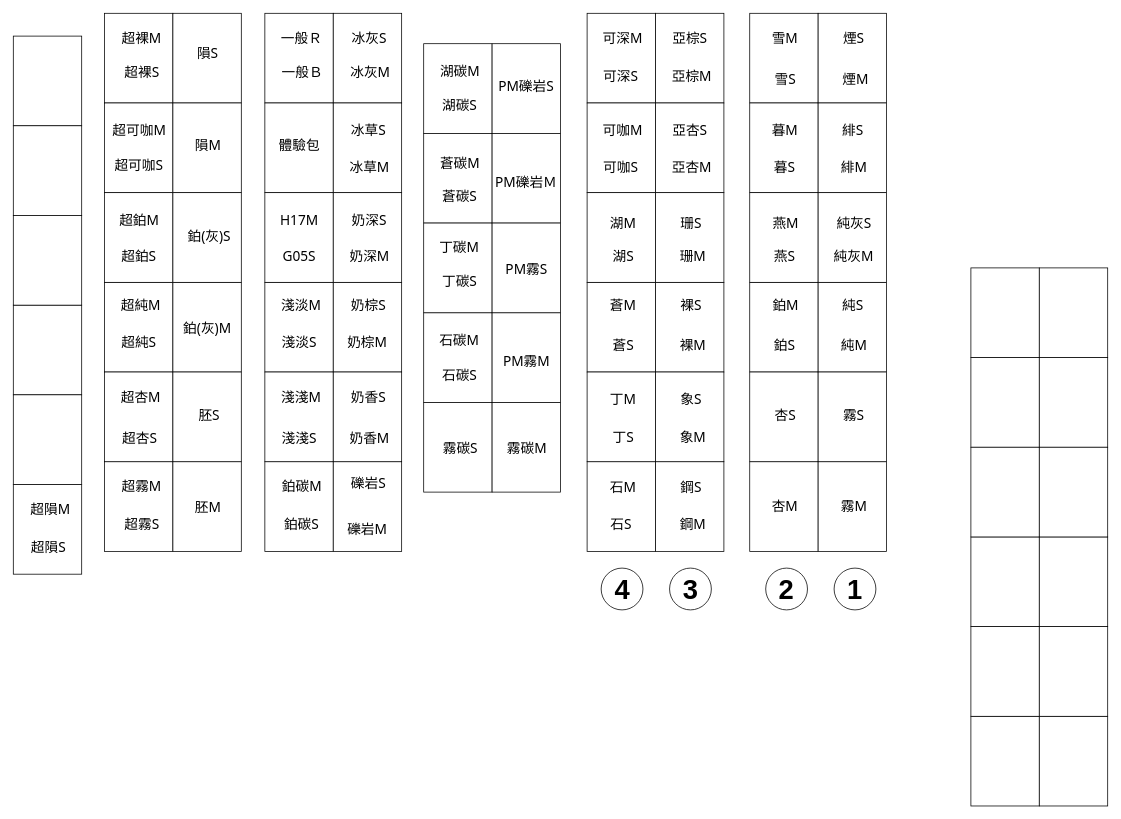
a0917785517/floorplan keeps this draw.io diagram as page "第3頁" (3 of 4) of 8樓倉庫平面圖.drawio. Above is the earlier version. Source tidied: cells renumbered, new cells numbered last; positions are measured from the earlier drawing's top-left corner, leaving out a move shared by most shapes. Both pictures are drawn from the tidied source at 76%, with x=0, y=0 at pixel (2, 24).
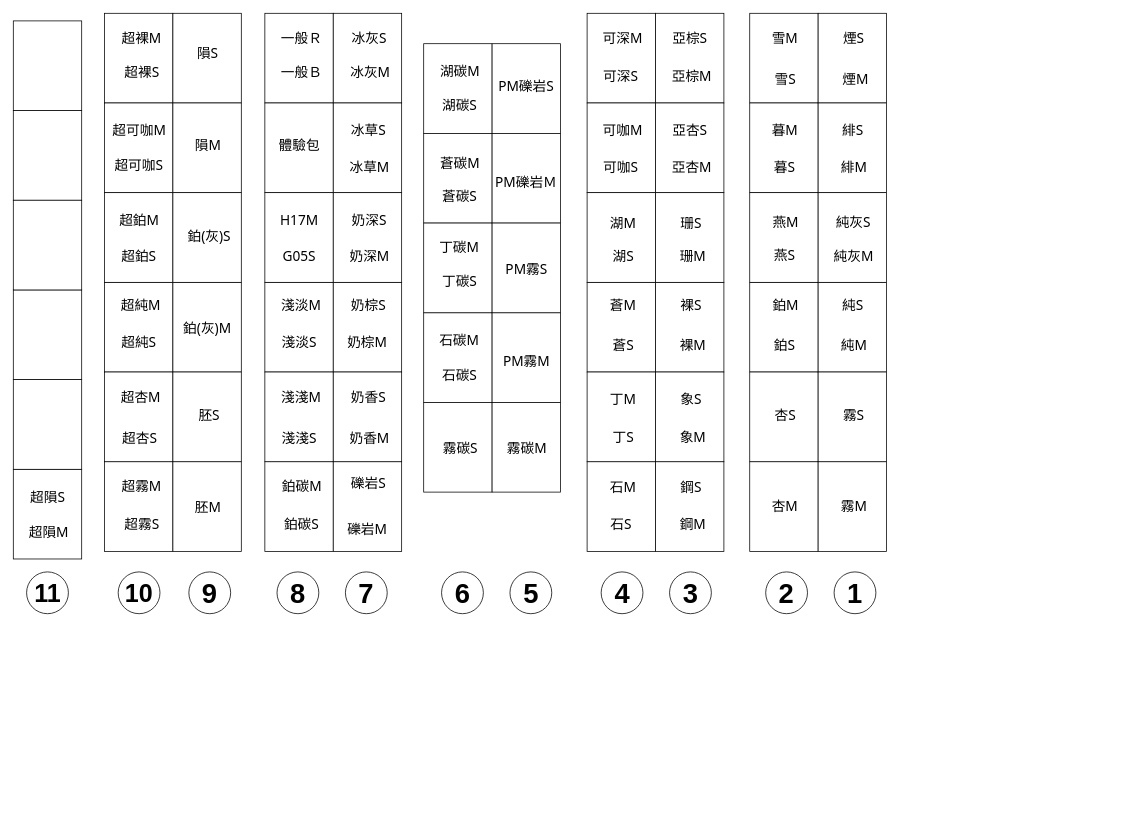
The same page after the edit.

Commit message (it also covers changes not shown here):
更新8樓倉庫平面圖.drawio

Diff of the diagram source:
```diff
@@
     <mxCell id="56" value="&lt;div&gt;&lt;span&gt;純灰S&lt;/span&gt;&lt;/div&gt;" style="text;html=1;whiteSpace=wrap;strokeColor=none;fillColor=none;align=center;verticalAlign=top;rounded=0;fontFamily=Tahoma;fontStyle=0;fontSize=18;" parent="1" vertex="1">
-      <mxGeometry x="1088" y="245" width="65" height="40" as="geometry" />
+      <mxGeometry x="1087" y="244" width="65" height="40" as="geometry" />
     </mxCell>
@@
     <mxCell id="62" value="&lt;div&gt;&lt;span&gt;燕S&lt;/span&gt;&lt;/div&gt;" style="text;html=1;whiteSpace=wrap;strokeColor=none;fillColor=none;align=center;verticalAlign=top;rounded=0;fontFamily=Tahoma;fontStyle=0;fontSize=18;" parent="1" vertex="1">
-      <mxGeometry x="1004" y="288" width="50" height="40" as="geometry" />
+      <mxGeometry x="1004" y="287" width="50" height="40" as="geometry" />
     </mxCell>
     <mxCell id="63" value="&lt;div&gt;&lt;span&gt;燕M&lt;/span&gt;&lt;/div&gt;" style="text;html=1;whiteSpace=wrap;strokeColor=none;fillColor=none;align=center;verticalAlign=top;rounded=0;fontFamily=Tahoma;fontStyle=0;fontSize=18;" parent="1" vertex="1">
-      <mxGeometry x="1002.5" y="245" width="55" height="40" as="geometry" />
+      <mxGeometry x="1002.5" y="244" width="55" height="40" as="geometry" />
     </mxCell>
@@
     <mxCell id="109" value="&lt;div&gt;&lt;span&gt;一般Ｂ&lt;/span&gt;&lt;br&gt;&lt;/div&gt;" style="text;html=1;whiteSpace=wrap;strokeColor=none;fillColor=none;align=center;verticalAlign=top;rounded=0;fontFamily=Tahoma;fontStyle=0;fontSize=18;" parent="1" vertex="1">
-      <mxGeometry x="356.5" y="46" width="75" height="40" as="geometry" />
+      <mxGeometry x="355.5" y="46" width="75" height="40" as="geometry" />
     </mxCell>
@@
-    <mxCell id="127" style="rounded=0;whiteSpace=wrap;html=1;strokeWidth=1;fontSize=16;fontFamily=Tahoma;align=center;verticalAlign=middle;rotation=90;flipH=0;legacyAnchorPoints=0;flipV=1;fontStyle=0;" parent="1" vertex="1">
-      <mxGeometry x="1260" y="335" width="118" height="90" as="geometry" />
-    </mxCell>
-    <mxCell id="128" style="rounded=0;whiteSpace=wrap;html=1;strokeWidth=1;fontSize=16;fontFamily=Tahoma;align=center;verticalAlign=middle;rotation=90;flipH=0;legacyAnchorPoints=0;flipV=1;fontStyle=0;" parent="1" vertex="1">
-      <mxGeometry x="1260" y="453" width="118" height="90" as="geometry" />
-    </mxCell>
-    <mxCell id="129" style="rounded=0;whiteSpace=wrap;html=1;strokeWidth=1;fontSize=16;fontFamily=Tahoma;align=center;verticalAlign=middle;rotation=90;flipH=0;legacyAnchorPoints=0;flipV=1;fontStyle=0;" parent="1" vertex="1">
-      <mxGeometry x="1260" y="689" width="118" height="90" as="geometry" />
-    </mxCell>
-    <mxCell id="130" style="rounded=0;whiteSpace=wrap;html=1;strokeWidth=1;fontSize=16;fontFamily=Tahoma;align=center;verticalAlign=middle;rotation=90;flipH=0;legacyAnchorPoints=0;flipV=1;fontStyle=0;" parent="1" vertex="1">
-      <mxGeometry x="1260" y="571" width="118" height="90" as="geometry" />
-    </mxCell>
-    <mxCell id="131" style="rounded=0;whiteSpace=wrap;html=1;strokeWidth=1;fontSize=16;fontFamily=Tahoma;align=center;verticalAlign=middle;rotation=90;flipH=0;legacyAnchorPoints=0;flipV=1;fontStyle=0;" parent="1" vertex="1">
-      <mxGeometry x="1260" y="925" width="118" height="90" as="geometry" />
-    </mxCell>
-    <mxCell id="132" style="rounded=0;whiteSpace=wrap;html=1;strokeWidth=1;fontSize=16;fontFamily=Tahoma;align=center;verticalAlign=middle;rotation=90;flipH=0;legacyAnchorPoints=0;flipV=1;fontStyle=0;" parent="1" vertex="1">
-      <mxGeometry x="1260" y="807" width="118" height="90" as="geometry" />
-    </mxCell>
-    <mxCell id="133" style="rounded=0;whiteSpace=wrap;html=1;strokeWidth=1;fontSize=12;fontFamily=Tahoma;align=center;verticalAlign=top;rotation=90;flipH=0;legacyAnchorPoints=0;flipV=1;textDirection=ltr;horizontal=0;fontStyle=0;" parent="1" vertex="1">
-      <mxGeometry x="1350" y="335" width="118" height="90" as="geometry" />
-    </mxCell>
-    <mxCell id="134" style="rounded=0;whiteSpace=wrap;html=1;strokeWidth=1;fontSize=16;fontFamily=Tahoma;align=center;verticalAlign=middle;rotation=90;flipH=0;legacyAnchorPoints=0;flipV=1;fontStyle=0;" parent="1" vertex="1">
-      <mxGeometry x="1350" y="453" width="118" height="90" as="geometry" />
-    </mxCell>
-    <mxCell id="135" style="rounded=0;whiteSpace=wrap;html=1;strokeWidth=1;fontSize=16;fontFamily=Tahoma;align=center;verticalAlign=middle;rotation=90;flipH=0;legacyAnchorPoints=0;flipV=1;fontStyle=0;" parent="1" vertex="1">
-      <mxGeometry x="1350" y="689" width="118" height="90" as="geometry" />
-    </mxCell>
-    <mxCell id="136" style="rounded=0;whiteSpace=wrap;html=1;strokeWidth=1;fontSize=16;fontFamily=Tahoma;align=center;verticalAlign=middle;rotation=90;flipH=0;legacyAnchorPoints=0;flipV=1;fontStyle=0;" parent="1" vertex="1">
-      <mxGeometry x="1350" y="571" width="118" height="90" as="geometry" />
-    </mxCell>
-    <mxCell id="137" style="rounded=0;whiteSpace=wrap;html=1;strokeWidth=1;fontSize=16;fontFamily=Tahoma;align=center;verticalAlign=middle;rotation=90;flipH=0;legacyAnchorPoints=0;flipV=1;fontStyle=0;" parent="1" vertex="1">
-      <mxGeometry x="1350" y="925" width="118" height="90" as="geometry" />
-    </mxCell>
-    <mxCell id="138" style="rounded=0;whiteSpace=wrap;html=1;strokeWidth=1;fontSize=16;fontFamily=Tahoma;align=center;verticalAlign=middle;rotation=90;flipH=0;legacyAnchorPoints=0;flipV=1;fontStyle=0;" parent="1" vertex="1">
-      <mxGeometry x="1350" y="807" width="118" height="90" as="geometry" />
-    </mxCell>
     <mxCell id="139" value="&lt;font style=&quot;font-size: 36px;&quot;&gt;&lt;b&gt;1&lt;/b&gt;&lt;/font&gt;" style="ellipse;whiteSpace=wrap;html=1;shapeInside=1;" parent="1" vertex="1">
-      <mxGeometry x="1094" y="716" width="55" height="55" as="geometry" />
+      <mxGeometry x="1094" y="721" width="55" height="55" as="geometry" />
     </mxCell>
     <mxCell id="140" value="&lt;span style=&quot;font-size: 36px;&quot;&gt;&lt;b&gt;2&lt;/b&gt;&lt;/span&gt;" style="ellipse;whiteSpace=wrap;html=1;shapeInside=1;" parent="1" vertex="1">
-      <mxGeometry x="1004" y="716" width="55" height="55" as="geometry" />
+      <mxGeometry x="1004" y="721" width="55" height="55" as="geometry" />
     </mxCell>
     <mxCell id="141" value="&lt;span style=&quot;font-size: 36px;&quot;&gt;&lt;b&gt;3&lt;/b&gt;&lt;/span&gt;" style="ellipse;whiteSpace=wrap;html=1;shapeInside=1;" parent="1" vertex="1">
-      <mxGeometry x="877.5" y="716" width="55" height="55" as="geometry" />
+      <mxGeometry x="877.5" y="721" width="55" height="55" as="geometry" />
     </mxCell>
     <mxCell id="142" value="&lt;span style=&quot;font-size: 36px;&quot;&gt;&lt;b&gt;4&lt;/b&gt;&lt;/span&gt;" style="ellipse;whiteSpace=wrap;html=1;shapeInside=1;" parent="1" vertex="1">
-      <mxGeometry x="787.5" y="716" width="55" height="55" as="geometry" />
+      <mxGeometry x="787.5" y="721" width="55" height="55" as="geometry" />
     </mxCell>
@@
     <mxCell id="171" style="rounded=0;whiteSpace=wrap;html=1;strokeWidth=1;fontSize=18;fontFamily=Tahoma;align=center;verticalAlign=middle;rotation=90;flipH=0;legacyAnchorPoints=0;flipV=1;fontStyle=0;" parent="1" vertex="1">
-      <mxGeometry y="30" width="118" height="90" as="geometry" />
+      <mxGeometry y="10" width="118" height="90" as="geometry" />
     </mxCell>
     <mxCell id="172" style="rounded=0;whiteSpace=wrap;html=1;strokeWidth=1;fontSize=18;fontFamily=Tahoma;align=center;verticalAlign=middle;rotation=90;flipH=0;legacyAnchorPoints=0;flipV=1;fontStyle=0;" parent="1" vertex="1">
-      <mxGeometry y="148" width="118" height="90" as="geometry" />
+      <mxGeometry y="128" width="118" height="90" as="geometry" />
     </mxCell>
     <mxCell id="173" style="rounded=0;whiteSpace=wrap;html=1;strokeWidth=1;fontSize=18;fontFamily=Tahoma;align=center;verticalAlign=middle;rotation=90;flipH=0;legacyAnchorPoints=0;flipV=1;fontStyle=0;" parent="1" vertex="1">
-      <mxGeometry y="384" width="118" height="90" as="geometry" />
+      <mxGeometry y="364" width="118" height="90" as="geometry" />
     </mxCell>
     <mxCell id="174" style="rounded=0;whiteSpace=wrap;html=1;strokeWidth=1;fontSize=18;fontFamily=Tahoma;align=center;verticalAlign=middle;rotation=90;flipH=0;legacyAnchorPoints=0;flipV=1;fontStyle=0;" parent="1" vertex="1">
-      <mxGeometry y="266" width="118" height="90" as="geometry" />
+      <mxGeometry y="246" width="118" height="90" as="geometry" />
     </mxCell>
     <mxCell id="175" style="rounded=0;whiteSpace=wrap;html=1;strokeWidth=1;fontSize=18;fontFamily=Tahoma;align=center;verticalAlign=middle;rotation=90;flipH=0;legacyAnchorPoints=0;flipV=1;fontStyle=0;" parent="1" vertex="1">
-      <mxGeometry y="620" width="118" height="90" as="geometry" />
+      <mxGeometry y="600" width="118" height="90" as="geometry" />
     </mxCell>
     <mxCell id="176" style="rounded=0;whiteSpace=wrap;html=1;strokeWidth=1;fontSize=18;fontFamily=Tahoma;align=center;verticalAlign=middle;rotation=90;flipH=0;legacyAnchorPoints=0;flipV=1;fontStyle=0;" parent="1" vertex="1">
-      <mxGeometry y="502" width="118" height="90" as="geometry" />
+      <mxGeometry y="482" width="118" height="90" as="geometry" />
     </mxCell>
-    <mxCell id="177" value="&lt;div&gt;&lt;span&gt;超隕S&lt;/span&gt;&lt;br&gt;&lt;/div&gt;" style="text;html=1;whiteSpace=wrap;strokeColor=none;fillColor=none;align=center;verticalAlign=top;rounded=0;fontFamily=Tahoma;fontStyle=0;fontSize=18;" parent="1" vertex="1">
-      <mxGeometry x="28" y="671" width="65" height="40" as="geometry" />
+    <mxCell id="177" value="&lt;div&gt;&lt;span&gt;超隕M&lt;/span&gt;&lt;/div&gt;" style="text;html=1;whiteSpace=wrap;strokeColor=none;fillColor=none;align=center;verticalAlign=top;rounded=0;fontFamily=Tahoma;fontStyle=0;fontSize=18;" parent="1" vertex="1">
+      <mxGeometry x="26" y="651" width="70" height="40" as="geometry" />
     </mxCell>
-    <mxCell id="178" value="&lt;div&gt;&lt;span&gt;超隕M&lt;/span&gt;&lt;/div&gt;" style="text;html=1;whiteSpace=wrap;strokeColor=none;fillColor=none;align=center;verticalAlign=top;rounded=0;fontFamily=Tahoma;fontStyle=0;fontSize=18;" parent="1" vertex="1">
-      <mxGeometry x="28" y="621" width="70" height="40" as="geometry" />
+    <mxCell id="178" value="&lt;div&gt;&lt;span&gt;超隕S&lt;/span&gt;&lt;/div&gt;" style="text;html=1;whiteSpace=wrap;strokeColor=none;fillColor=none;align=center;verticalAlign=top;rounded=0;fontFamily=Tahoma;fontStyle=0;fontSize=18;" parent="1" vertex="1">
+      <mxGeometry x="27" y="605" width="65" height="40" as="geometry" />
     </mxCell>
@@
+    <mxCell id="183" value="&lt;span style=&quot;font-size: 36px;&quot;&gt;&lt;b&gt;5&lt;/b&gt;&lt;/span&gt;" style="ellipse;whiteSpace=wrap;html=1;shapeInside=1;" parent="1" vertex="1">
+      <mxGeometry x="667.5" y="721" width="55" height="55" as="geometry" />
+    </mxCell>
+    <mxCell id="184" value="&lt;span style=&quot;font-size: 36px;&quot;&gt;&lt;b&gt;6&lt;/b&gt;&lt;/span&gt;" style="ellipse;whiteSpace=wrap;html=1;shapeInside=1;" parent="1" vertex="1">
+      <mxGeometry x="577.5" y="721" width="55" height="55" as="geometry" />
+    </mxCell>
+    <mxCell id="185" value="&lt;span style=&quot;font-size: 36px;&quot;&gt;&lt;b&gt;7&lt;/b&gt;&lt;/span&gt;" style="ellipse;whiteSpace=wrap;html=1;shapeInside=1;" parent="1" vertex="1">
+      <mxGeometry x="451" y="721" width="55" height="55" as="geometry" />
+    </mxCell>
+    <mxCell id="186" value="&lt;span style=&quot;font-size: 36px;&quot;&gt;&lt;b&gt;8&lt;/b&gt;&lt;/span&gt;" style="ellipse;whiteSpace=wrap;html=1;shapeInside=1;" parent="1" vertex="1">
+      <mxGeometry x="361" y="721" width="55" height="55" as="geometry" />
+    </mxCell>
+    <mxCell id="187" value="&lt;span style=&quot;font-size: 36px;&quot;&gt;&lt;b&gt;9&lt;/b&gt;&lt;/span&gt;" style="ellipse;whiteSpace=wrap;html=1;shapeInside=1;" parent="1" vertex="1">
+      <mxGeometry x="245" y="721" width="55" height="55" as="geometry" />
+    </mxCell>
+    <mxCell id="188" value="&lt;span style=&quot;background-color: transparent; color: light-dark(rgb(0, 0, 0), rgb(255, 255, 255));&quot;&gt;10&lt;/span&gt;" style="ellipse;whiteSpace=wrap;html=1;shapeInside=1;fontSize=33;fontStyle=1;" parent="1" vertex="1">
+      <mxGeometry x="152" y="721" width="55" height="55" as="geometry" />
+    </mxCell>
+    <mxCell id="189" value="&lt;span style=&quot;background-color: transparent; color: light-dark(rgb(0, 0, 0), rgb(255, 255, 255));&quot;&gt;11&lt;/span&gt;" style="ellipse;whiteSpace=wrap;html=1;shapeInside=1;fontSize=33;fontStyle=1;" parent="1" vertex="1">
+      <mxGeometry x="31.5" y="721" width="55" height="55" as="geometry" />
+    </mxCell>
```
